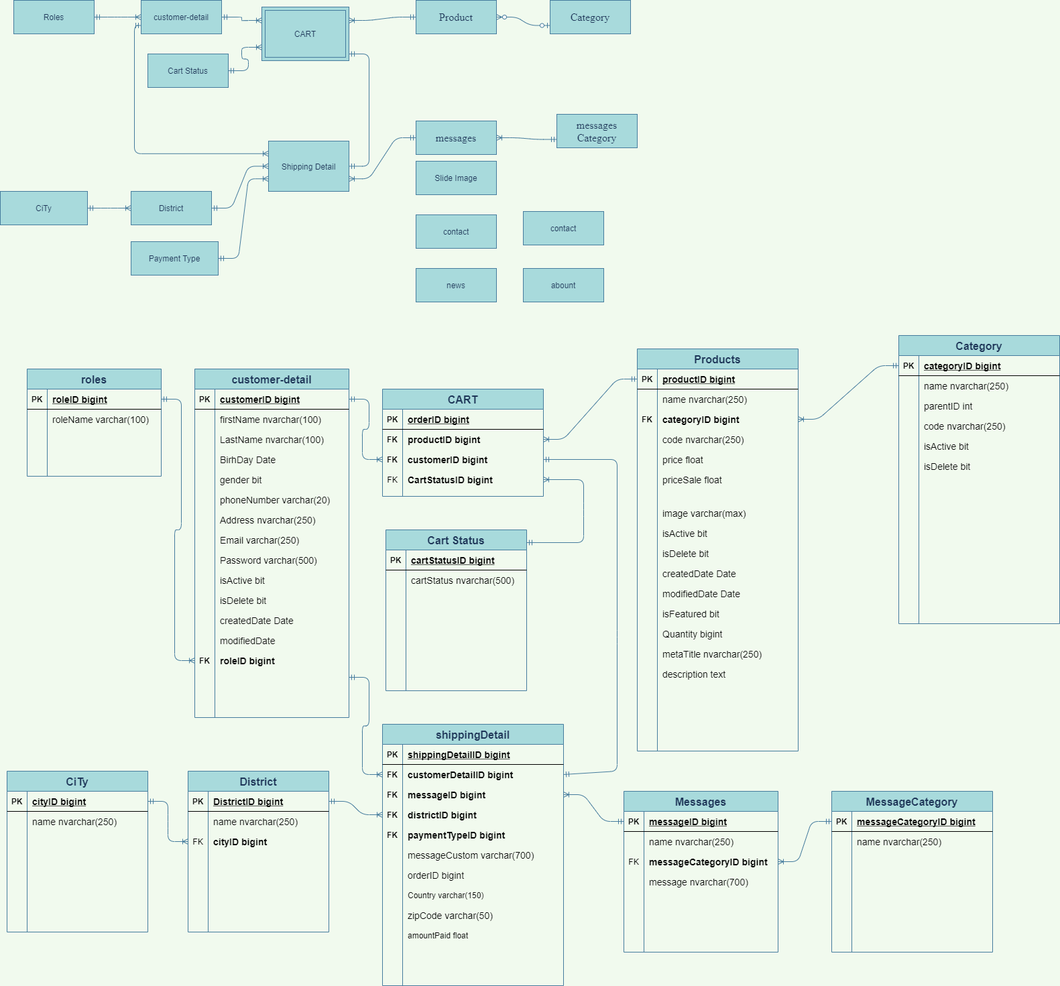
The draw.io diagram Untitled Diagram.png in maialino123/Eproject-SEM3, before a commit. Source tidied: cells renumbered, new cells last; positions are measured from the earlier drawing's top-left corner, leaving out a move shared by most shapes.
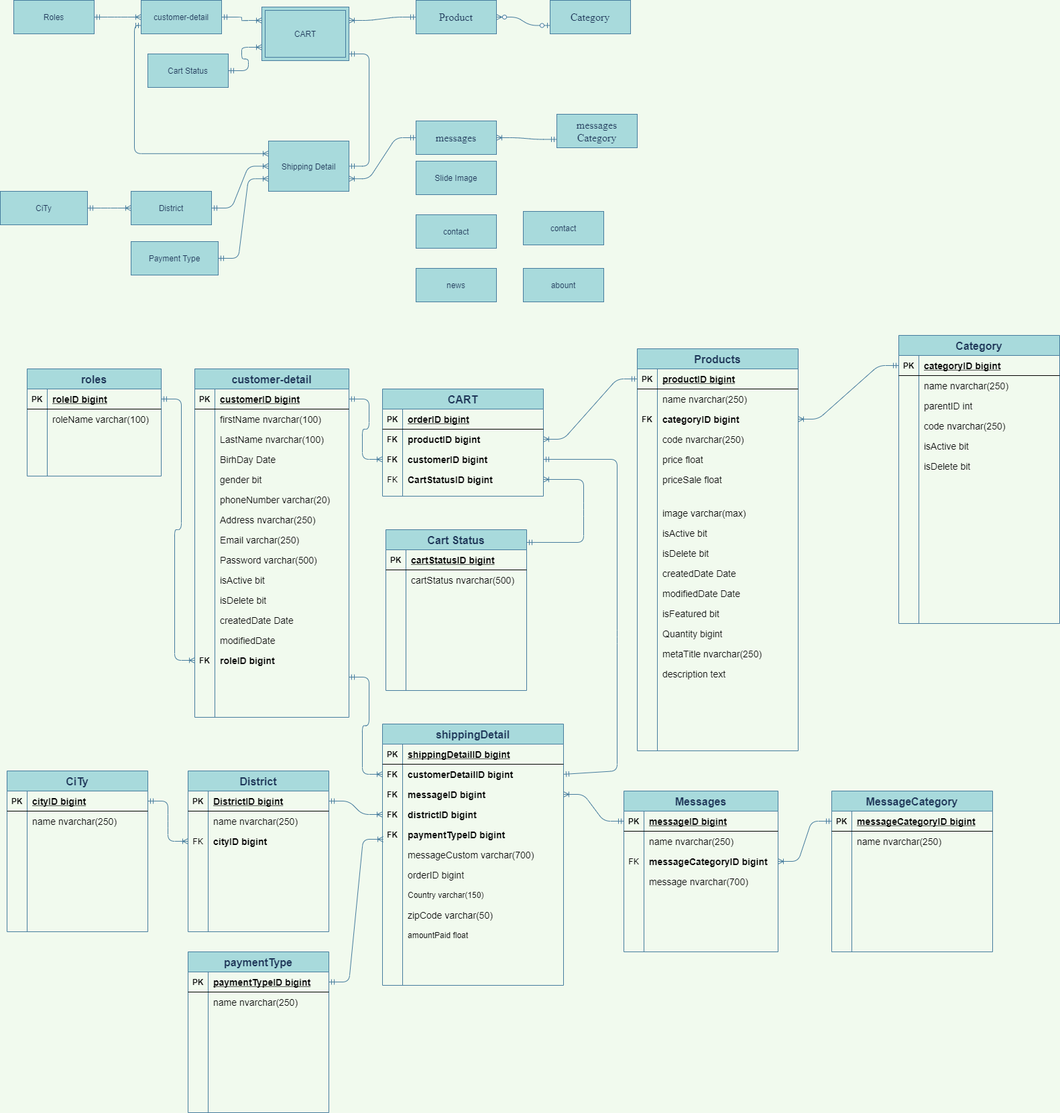
The same diagram one commit later.

What changed in the source:
```diff
@@ -996,5 +996,74 @@
     <mxCell id="327" style="edgeStyle=entityRelationEdgeStyle;fontSize=12;html=1;endArrow=ERoneToMany;startArrow=ERmandOne;fontColor=#1D3557;strokeColor=#457B9D;fillColor=#A8DADC;labelBackgroundColor=#F1FAEE;entryX=1;entryY=0.5;entryDx=0;entryDy=0;exitX=0;exitY=0.5;exitDx=0;exitDy=0;" parent="1" edge="1" source="283" target="204">
       <mxGeometry relative="1" as="geometry" />
     </mxCell>
+    <mxCell id="328" value="paymentType" style="shape=table;startSize=30;rowLines=0;fontStyle=1;align=center;rounded=0;sketch=0;fontColor=#1D3557;strokeColor=#457B9D;fillColor=#A8DADC;fontSize=16;" parent="1" vertex="1">
+      <mxGeometry x="280" y="1420" width="210" height="240" as="geometry" />
+    </mxCell>
+    <mxCell id="329" style="shape=partialRectangle;fillColor=none;top=0;left=0;bottom=1;right=0;points=[[0,0.5],[1,0.5]];portConstraint=eastwest;" parent="328" vertex="1">
+      <mxGeometry y="30" width="210" height="30" as="geometry" />
+    </mxCell>
+    <mxCell id="330" value="PK" style="shape=partialRectangle;fillColor=none;top=0;left=0;bottom=0;right=0;fontStyle=1;overflow=hidden;" parent="329" vertex="1">
+      <mxGeometry width="30" height="30" as="geometry" />
+    </mxCell>
+    <mxCell id="331" value="paymentTypeID bigint" style="shape=partialRectangle;fillColor=none;top=0;left=0;bottom=0;right=0;align=left;spacingLeft=6;fontStyle=5;overflow=hidden;fontSize=14;" parent="329" vertex="1">
+      <mxGeometry x="30" width="180" height="30" as="geometry" />
+    </mxCell>
+    <mxCell id="332" style="shape=partialRectangle;fillColor=none;top=0;left=0;bottom=0;right=0;" parent="328" vertex="1">
+      <mxGeometry y="60" width="210" height="30" as="geometry" />
+    </mxCell>
+    <mxCell id="333" style="shape=partialRectangle;fillColor=none;top=0;left=0;bottom=0;right=0;overflow=hidden;" parent="332" vertex="1">
+      <mxGeometry width="30" height="30" as="geometry" />
+    </mxCell>
+    <mxCell id="334" value="name nvarchar(250)" style="shape=partialRectangle;fillColor=none;top=0;left=0;bottom=0;right=0;align=left;spacingLeft=6;overflow=hidden;fontSize=14;" parent="332" vertex="1">
+      <mxGeometry x="30" width="180" height="30" as="geometry" />
+    </mxCell>
+    <mxCell id="335" style="shape=partialRectangle;fillColor=none;top=0;left=0;bottom=0;right=0;" parent="328" vertex="1">
+      <mxGeometry y="90" width="210" height="30" as="geometry" />
+    </mxCell>
+    <mxCell id="336" style="shape=partialRectangle;fillColor=none;top=0;left=0;bottom=0;right=0;overflow=hidden;" parent="335" vertex="1">
+      <mxGeometry width="30" height="30" as="geometry" />
+    </mxCell>
+    <mxCell id="337" style="shape=partialRectangle;fillColor=none;top=0;left=0;bottom=0;right=0;align=left;spacingLeft=6;overflow=hidden;" parent="335" vertex="1">
+      <mxGeometry x="30" width="180" height="30" as="geometry" />
+    </mxCell>
+    <mxCell id="338" style="shape=partialRectangle;fillColor=none;top=0;left=0;bottom=0;right=0;" parent="328" vertex="1">
+      <mxGeometry y="120" width="210" height="30" as="geometry" />
+    </mxCell>
+    <mxCell id="339" style="shape=partialRectangle;fillColor=none;top=0;left=0;bottom=0;right=0;overflow=hidden;" parent="338" vertex="1">
+      <mxGeometry width="30" height="30" as="geometry" />
+    </mxCell>
+    <mxCell id="340" style="shape=partialRectangle;fillColor=none;top=0;left=0;bottom=0;right=0;align=left;spacingLeft=6;overflow=hidden;" parent="338" vertex="1">
+      <mxGeometry x="30" width="180" height="30" as="geometry" />
+    </mxCell>
+    <mxCell id="341" style="shape=partialRectangle;fillColor=none;top=0;left=0;bottom=0;right=0;" parent="328" vertex="1">
+      <mxGeometry y="150" width="210" height="30" as="geometry" />
+    </mxCell>
+    <mxCell id="342" style="shape=partialRectangle;fillColor=none;top=0;left=0;bottom=0;right=0;overflow=hidden;" parent="341" vertex="1">
+      <mxGeometry width="30" height="30" as="geometry" />
+    </mxCell>
+    <mxCell id="343" style="shape=partialRectangle;fillColor=none;top=0;left=0;bottom=0;right=0;align=left;spacingLeft=6;overflow=hidden;" parent="341" vertex="1">
+      <mxGeometry x="30" width="180" height="30" as="geometry" />
+    </mxCell>
+    <mxCell id="344" style="shape=partialRectangle;fillColor=none;top=0;left=0;bottom=0;right=0;" parent="328" vertex="1">
+      <mxGeometry y="180" width="210" height="30" as="geometry" />
+    </mxCell>
+    <mxCell id="345" style="shape=partialRectangle;fillColor=none;top=0;left=0;bottom=0;right=0;overflow=hidden;" parent="344" vertex="1">
+      <mxGeometry width="30" height="30" as="geometry" />
+    </mxCell>
+    <mxCell id="346" style="shape=partialRectangle;fillColor=none;top=0;left=0;bottom=0;right=0;align=left;spacingLeft=6;overflow=hidden;" parent="344" vertex="1">
+      <mxGeometry x="30" width="180" height="30" as="geometry" />
+    </mxCell>
+    <mxCell id="347" style="shape=partialRectangle;fillColor=none;top=0;left=0;bottom=0;right=0;" parent="328" vertex="1">
+      <mxGeometry y="210" width="210" height="30" as="geometry" />
+    </mxCell>
+    <mxCell id="348" style="shape=partialRectangle;fillColor=none;top=0;left=0;bottom=0;right=0;overflow=hidden;" parent="347" vertex="1">
+      <mxGeometry width="30" height="30" as="geometry" />
+    </mxCell>
+    <mxCell id="349" style="shape=partialRectangle;fillColor=none;top=0;left=0;bottom=0;right=0;align=left;spacingLeft=6;overflow=hidden;" parent="347" vertex="1">
+      <mxGeometry x="30" width="180" height="30" as="geometry" />
+    </mxCell>
+    <mxCell id="350" style="edgeStyle=entityRelationEdgeStyle;fontSize=12;html=1;endArrow=ERoneToMany;startArrow=ERmandOne;fontColor=#1D3557;strokeColor=#457B9D;fillColor=#A8DADC;labelBackgroundColor=#F1FAEE;exitX=1;exitY=0.5;exitDx=0;exitDy=0;entryX=0.004;entryY=0.733;entryDx=0;entryDy=0;entryPerimeter=0;" parent="1" edge="1" source="329" target="210">
+      <mxGeometry relative="1" as="geometry" />
+    </mxCell>
   </root>
 </mxGraphModel>
```
